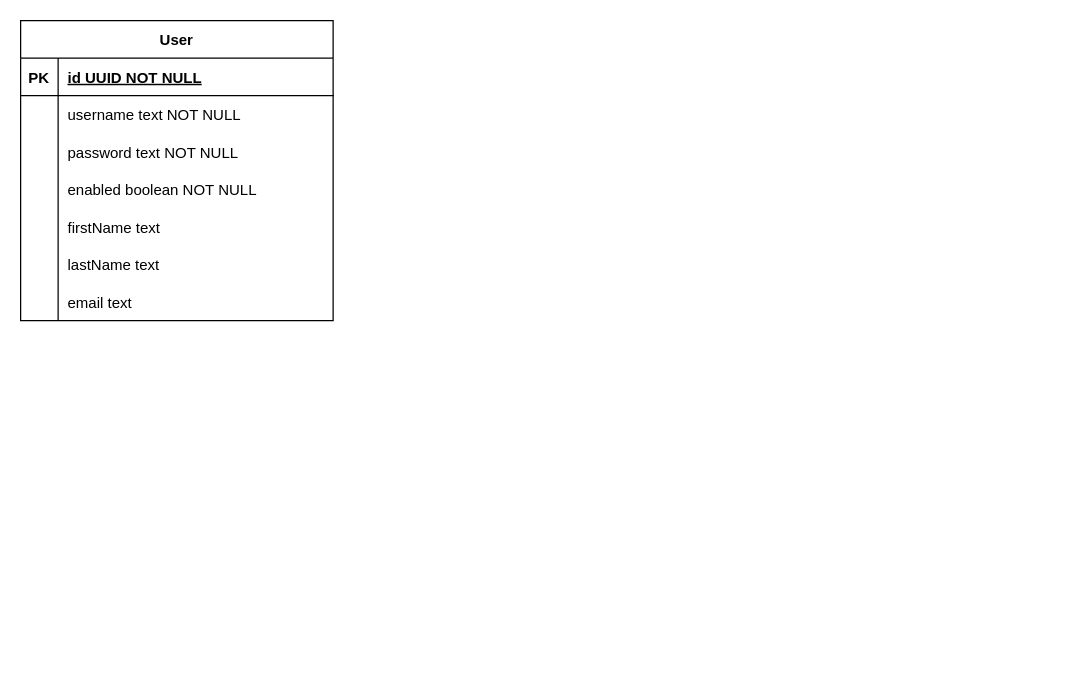
This is ERD.drawio from ThingooKNI/backend, a draw.io file, before an edit. Source tidied: cells renumbered, new cells numbered last; positions are measured from the earlier drawing's top-left corner, leaving out a move shared by most shapes. Both pictures are drawn from the tidied source at 125%, with x=0, y=0 at pixel (20, 20).
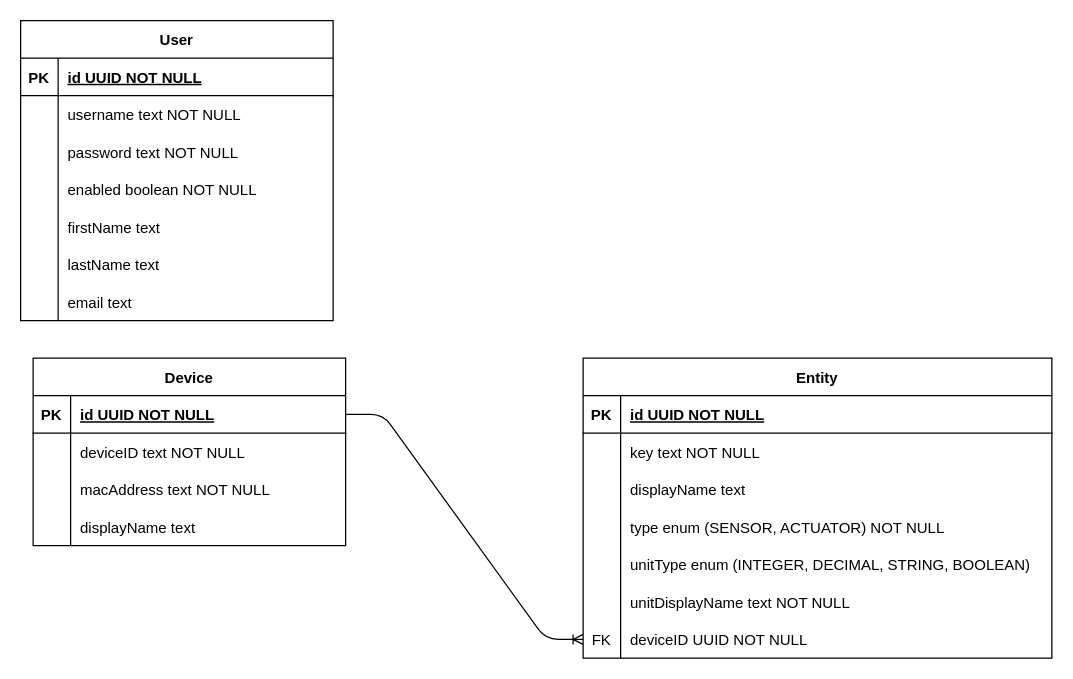
After the change.

Commit message:
Add Device and Entity to ERD

What changed in the source:
```diff
@@
+    <mxCell id="24" value="Device" style="shape=table;startSize=30;childLayout=tableLayout;rowLines=0;fontStyle=1;align=center;" parent="1" vertex="1">
+      <mxGeometry x="10" y="270" width="250" height="150" as="geometry" />
+    </mxCell>
+    <mxCell id="25" style="shape=partialRectangle;fillColor=none;points=[[0,0.5],[1,0.5]];portConstraint=eastwest;top=0;left=0;right=0;bottom=1;" parent="24" vertex="1">
+      <mxGeometry y="30" width="250" height="30" as="geometry" />
+    </mxCell>
+    <mxCell id="26" value="PK" style="shape=partialRectangle;overflow=hidden;fillColor=none;top=0;left=0;bottom=0;right=0;fontStyle=1;" parent="25" vertex="1">
+      <mxGeometry width="30" height="30" as="geometry" />
+    </mxCell>
+    <mxCell id="27" value="id UUID NOT NULL " style="shape=partialRectangle;overflow=hidden;fillColor=none;top=0;left=0;bottom=0;right=0;align=left;spacingLeft=6;fontStyle=5;" parent="25" vertex="1">
+      <mxGeometry x="30" width="220" height="30" as="geometry" />
+    </mxCell>
+    <mxCell id="28" style="shape=partialRectangle;fillColor=none;top=0;left=0;right=0;bottom=0;" parent="24" vertex="1">
+      <mxGeometry y="60" width="250" height="30" as="geometry" />
+    </mxCell>
+    <mxCell id="29" style="shape=partialRectangle;overflow=hidden;fillColor=none;top=0;left=0;bottom=0;right=0;" parent="28" vertex="1">
+      <mxGeometry width="30" height="30" as="geometry" />
+    </mxCell>
+    <mxCell id="30" value="deviceID text NOT NULL" style="shape=partialRectangle;overflow=hidden;fillColor=none;top=0;left=0;bottom=0;right=0;align=left;spacingLeft=6;" parent="28" vertex="1">
+      <mxGeometry x="30" width="220" height="30" as="geometry" />
+    </mxCell>
+    <mxCell id="31" style="shape=partialRectangle;fillColor=none;top=0;left=0;right=0;bottom=0;" parent="24" vertex="1">
+      <mxGeometry y="90" width="250" height="30" as="geometry" />
+    </mxCell>
+    <mxCell id="32" style="shape=partialRectangle;overflow=hidden;fillColor=none;top=0;left=0;bottom=0;right=0;" parent="31" vertex="1">
+      <mxGeometry width="30" height="30" as="geometry" />
+    </mxCell>
+    <mxCell id="33" value="macAddress text NOT NULL" style="shape=partialRectangle;overflow=hidden;fillColor=none;top=0;left=0;bottom=0;right=0;align=left;spacingLeft=6;" parent="31" vertex="1">
+      <mxGeometry x="30" width="220" height="30" as="geometry" />
+    </mxCell>
+    <mxCell id="34" style="shape=partialRectangle;fillColor=none;top=0;left=0;right=0;bottom=0;" parent="24" vertex="1">
+      <mxGeometry y="120" width="250" height="30" as="geometry" />
+    </mxCell>
+    <mxCell id="35" style="shape=partialRectangle;overflow=hidden;fillColor=none;top=0;left=0;bottom=0;right=0;" parent="34" vertex="1">
+      <mxGeometry width="30" height="30" as="geometry" />
+    </mxCell>
+    <mxCell id="36" value="displayName text" style="shape=partialRectangle;overflow=hidden;fillColor=none;top=0;left=0;bottom=0;right=0;align=left;spacingLeft=6;" parent="34" vertex="1">
+      <mxGeometry x="30" width="220" height="30" as="geometry" />
+    </mxCell>
+    <mxCell id="37" value="Entity" style="shape=table;startSize=30;childLayout=tableLayout;rowLines=0;fontStyle=1;align=center;" parent="1" vertex="1">
+      <mxGeometry x="450" y="270" width="375" height="240" as="geometry" />
+    </mxCell>
+    <mxCell id="38" style="shape=partialRectangle;fillColor=none;top=0;left=0;right=0;bottom=1;" parent="37" vertex="1">
+      <mxGeometry y="30" width="375" height="30" as="geometry" />
+    </mxCell>
+    <mxCell id="39" value="PK" style="shape=partialRectangle;overflow=hidden;fillColor=none;top=0;left=0;bottom=0;right=0;fontStyle=1;" parent="38" vertex="1">
+      <mxGeometry width="30" height="30" as="geometry" />
+    </mxCell>
+    <mxCell id="40" value="id UUID NOT NULL " style="shape=partialRectangle;overflow=hidden;fillColor=none;top=0;left=0;bottom=0;right=0;align=left;spacingLeft=6;fontStyle=5;" parent="38" vertex="1">
+      <mxGeometry x="30" width="345" height="30" as="geometry" />
+    </mxCell>
+    <mxCell id="41" style="shape=partialRectangle;fillColor=none;top=0;left=0;right=0;bottom=0;" parent="37" vertex="1">
+      <mxGeometry y="60" width="375" height="30" as="geometry" />
+    </mxCell>
+    <mxCell id="42" style="shape=partialRectangle;overflow=hidden;fillColor=none;top=0;left=0;bottom=0;right=0;" parent="41" vertex="1">
+      <mxGeometry width="30" height="30" as="geometry" />
+    </mxCell>
+    <mxCell id="43" value="key text NOT NULL" style="shape=partialRectangle;overflow=hidden;fillColor=none;top=0;left=0;bottom=0;right=0;align=left;spacingLeft=6;" parent="41" vertex="1">
+      <mxGeometry x="30" width="345" height="30" as="geometry" />
+    </mxCell>
+    <mxCell id="44" style="shape=partialRectangle;fillColor=none;top=0;left=0;right=0;bottom=0;" parent="37" vertex="1">
+      <mxGeometry y="90" width="375" height="30" as="geometry" />
+    </mxCell>
+    <mxCell id="45" style="shape=partialRectangle;overflow=hidden;fillColor=none;top=0;left=0;bottom=0;right=0;" parent="44" vertex="1">
+      <mxGeometry width="30" height="30" as="geometry" />
+    </mxCell>
+    <mxCell id="46" value="displayName text" style="shape=partialRectangle;overflow=hidden;fillColor=none;top=0;left=0;bottom=0;right=0;align=left;spacingLeft=6;" parent="44" vertex="1">
+      <mxGeometry x="30" width="345" height="30" as="geometry" />
+    </mxCell>
+    <mxCell id="47" style="shape=partialRectangle;fillColor=none;top=0;left=0;right=0;bottom=0;" parent="37" vertex="1">
+      <mxGeometry y="120" width="375" height="30" as="geometry" />
+    </mxCell>
+    <mxCell id="48" style="shape=partialRectangle;overflow=hidden;fillColor=none;top=0;left=0;bottom=0;right=0;" parent="47" vertex="1">
+      <mxGeometry width="30" height="30" as="geometry" />
+    </mxCell>
+    <mxCell id="49" value="type enum (SENSOR, ACTUATOR) NOT NULL" style="shape=partialRectangle;overflow=hidden;fillColor=none;top=0;left=0;bottom=0;right=0;align=left;spacingLeft=6;" parent="47" vertex="1">
+      <mxGeometry x="30" width="345" height="30" as="geometry" />
+    </mxCell>
+    <mxCell id="50" style="shape=partialRectangle;fillColor=none;top=0;left=0;right=0;bottom=0;" parent="37" vertex="1">
+      <mxGeometry y="150" width="375" height="30" as="geometry" />
+    </mxCell>
+    <mxCell id="51" style="shape=partialRectangle;overflow=hidden;fillColor=none;top=0;left=0;bottom=0;right=0;" parent="50" vertex="1">
+      <mxGeometry width="30" height="30" as="geometry" />
+    </mxCell>
+    <mxCell id="52" value="unitType enum (INTEGER, DECIMAL, STRING, BOOLEAN)" style="shape=partialRectangle;overflow=hidden;fillColor=none;top=0;left=0;bottom=0;right=0;align=left;spacingLeft=6;" parent="50" vertex="1">
+      <mxGeometry x="30" width="345" height="30" as="geometry" />
+    </mxCell>
+    <mxCell id="53" style="shape=partialRectangle;fillColor=none;top=0;left=0;right=0;bottom=0;" parent="37" vertex="1">
+      <mxGeometry y="180" width="375" height="30" as="geometry" />
+    </mxCell>
+    <mxCell id="54" style="shape=partialRectangle;overflow=hidden;fillColor=none;top=0;left=0;bottom=0;right=0;" parent="53" vertex="1">
+      <mxGeometry width="30" height="30" as="geometry" />
+    </mxCell>
+    <mxCell id="55" value="unitDisplayName text NOT NULL" style="shape=partialRectangle;overflow=hidden;fillColor=none;top=0;left=0;bottom=0;right=0;align=left;spacingLeft=6;" parent="53" vertex="1">
+      <mxGeometry x="30" width="345" height="30" as="geometry" />
+    </mxCell>
+    <mxCell id="56" style="shape=partialRectangle;fillColor=none;points=[[0,0.5],[1,0.5]];portConstraint=eastwest;top=0;left=0;right=0;bottom=0;" parent="37" vertex="1">
+      <mxGeometry y="210" width="375" height="30" as="geometry" />
+    </mxCell>
+    <mxCell id="57" value="FK" style="shape=partialRectangle;overflow=hidden;fillColor=none;top=0;left=0;bottom=0;right=0;" parent="56" vertex="1">
+      <mxGeometry width="30" height="30" as="geometry" />
+    </mxCell>
+    <mxCell id="58" value="deviceID UUID NOT NULL" style="shape=partialRectangle;overflow=hidden;fillColor=none;top=0;left=0;bottom=0;right=0;align=left;spacingLeft=6;" parent="56" vertex="1">
+      <mxGeometry x="30" width="345" height="30" as="geometry" />
+    </mxCell>
+    <mxCell id="59" style="edgeStyle=entityRelationEdgeStyle;fontSize=12;html=1;endArrow=ERoneToMany;exitX=1;exitY=0.5;exitDx=0;exitDy=0;entryX=0;entryY=0.5;entryDx=0;entryDy=0;" parent="1" edge="1" source="25" target="56">
+      <mxGeometry relative="1" as="geometry" />
+    </mxCell>
```
